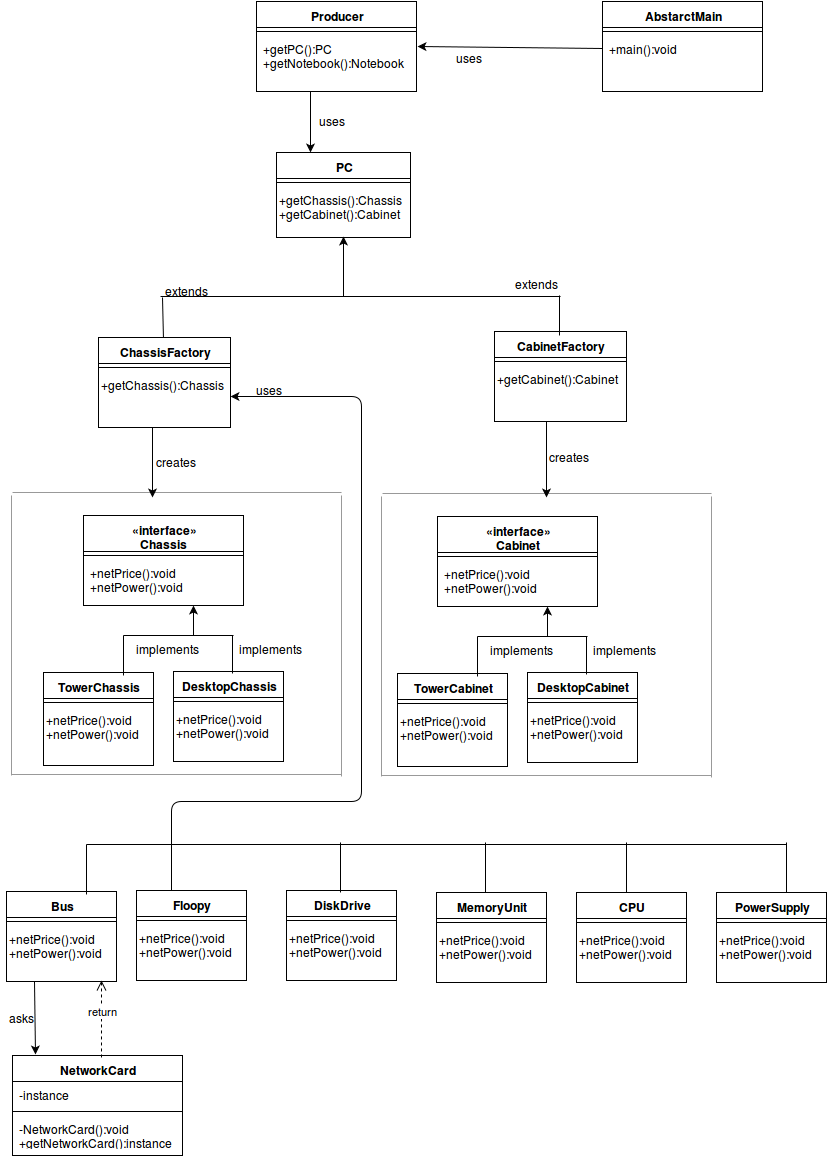
Earlier version of the draw.io export Designpattern/2.b.png (sohailpatel/DesignPatterns). Source tidied: cells renumbered, new cells last; positions are measured from the earlier drawing's top-left corner, leaving out a move shared by most shapes.
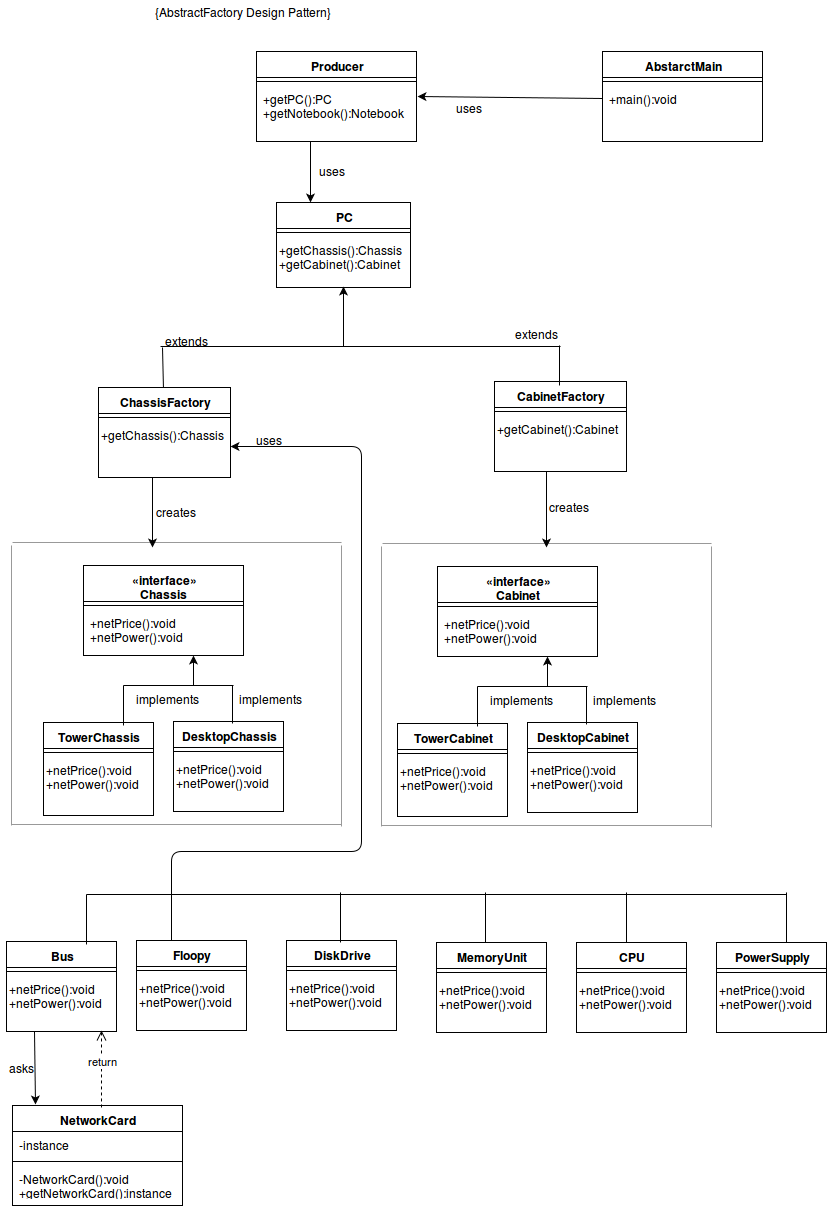
After the change.

Commit message:
Added Design pattern in png file

The edit, as a diff of the source:
```diff
@@ -375,5 +375,8 @@
     <mxCell id="102" value="uses" style="text;html=1;align=left;verticalAlign=top;spacingTop=-4;" parent="1" vertex="1">
       <mxGeometry x="252" y="379" width="40" height="20" as="geometry" />
     </mxCell>
+    <mxCell id="103" value="{AbstractFactory Design Pattern}" style="text;html=1;strokeColor=none;fillColor=none;align=center;verticalAlign=middle;whiteSpace=wrap;overflow=hidden;" parent="1" vertex="1">
+      <mxGeometry x="82" y="-50" width="318" height="20" as="geometry" />
+    </mxCell>
   </root>
 </mxGraphModel>
```
